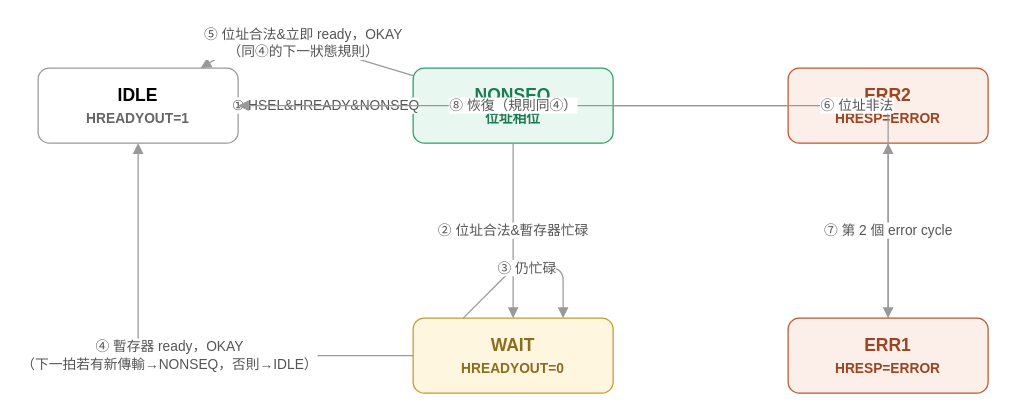
Before: Upload/ahb_slave_fsm.drawio in shj-F115112128/SOC_Practice, a draw.io diagram. Source tidied: cells renumbered, new cells numbered last; positions are measured from the earlier drawing's top-left corner, leaving out a move shared by most shapes. Both pictures are drawn from the tidied source at 125%, with x=0, y=0 at pixel (38, 30).
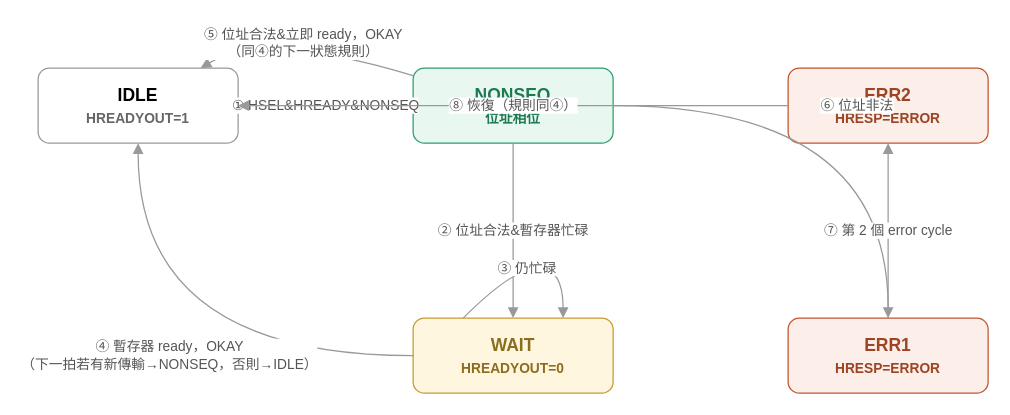
The same page after the edit.

The change refers to these unchanged cells:
```xml
<mxCell id="2" value="IDLE&#10;&lt;font style=&quot;font-size:11px&quot; color=&quot;#666666&quot;&gt;HREADYOUT=1&lt;/font&gt;" style="rounded=1;whiteSpace=wrap;html=1;fillColor=#FFFFFF;strokeColor=#999999;fontSize=14;fontStyle=1;" parent="1" vertex="1">
  <mxGeometry y="30" width="160" height="60" as="geometry" />
</mxCell>
<mxCell id="3" value="NONSEQ&#10;&lt;font style=&quot;font-size:11px&quot; color=&quot;#1F7A54&quot;&gt;位址相位&lt;/font&gt;" style="rounded=1;whiteSpace=wrap;html=1;fillColor=#E8F8F0;strokeColor=#2E9E6C;fontColor=#1F7A54;fontSize=14;fontStyle=1;" parent="1" vertex="1">
  <mxGeometry x="300" y="30" width="160" height="60" as="geometry" />
</mxCell>
<mxCell id="4" value="WAIT&#10;&lt;font style=&quot;font-size:11px&quot; color=&quot;#8A6D1E&quot;&gt;HREADYOUT=0&lt;/font&gt;" style="rounded=1;whiteSpace=wrap;html=1;fillColor=#FFF6E0;strokeColor=#C79A2E;fontColor=#8A6D1E;fontSize=14;fontStyle=1;" parent="1" vertex="1">
  <mxGeometry x="300" y="230" width="160" height="60" as="geometry" />
</mxCell>
<mxCell id="5" value="ERR1&#10;&lt;font style=&quot;font-size:11px&quot; color=&quot;#9C4423&quot;&gt;HRESP=ERROR&lt;/font&gt;" style="rounded=1;whiteSpace=wrap;html=1;fillColor=#FCEEE8;strokeColor=#C0552E;fontColor=#9C4423;fontSize=14;fontStyle=1;" parent="1" vertex="1">
  <mxGeometry x="600" y="230" width="160" height="60" as="geometry" />
</mxCell>
<mxCell id="6" value="ERR2&#10;&lt;font style=&quot;font-size:11px&quot; color=&quot;#9C4423&quot;&gt;HRESP=ERROR&lt;/font&gt;" style="rounded=1;whiteSpace=wrap;html=1;fillColor=#FCEEE8;strokeColor=#C0552E;fontColor=#9C4423;fontSize=14;fontStyle=1;" parent="1" vertex="1">
  <mxGeometry x="600" y="30" width="160" height="60" as="geometry" />
</mxCell>
```

What changed in the source:
```diff
@@
-    <mxCell id="7" value="① HSEL&amp;HREADY&amp;NONSEQ" style="endArrow=block;html=1;strokeColor=#999999;fontSize=11;fontColor=#555555;" parent="1" edge="1" source="2" target="3">
+    <mxCell id="7" value="① HSEL&amp;HREADY&amp;NONSEQ" style="curved=1;endArrow=block;html=1;strokeColor=#999999;fontSize=11;fontColor=#555555;" parent="1" edge="1" source="2" target="3">
       <mxGeometry relative="1" as="geometry" />
     </mxCell>
-    <mxCell id="8" value="② 位址合法&amp;暫存器忙碌" style="endArrow=block;html=1;strokeColor=#999999;fontSize=11;fontColor=#555555;" parent="1" edge="1" source="3" target="4">
+    <mxCell id="8" value="② 位址合法&amp;暫存器忙碌" style="curved=1;endArrow=block;html=1;strokeColor=#999999;fontSize=11;fontColor=#555555;" parent="1" edge="1" source="3" target="4">
       <mxGeometry relative="1" as="geometry" />
     </mxCell>
-    <mxCell id="9" value="③ 仍忙碌" style="endArrow=block;html=1;strokeColor=#999999;fontSize=11;fontColor=#555555;exitX=0.25;exitY=0;exitDx=0;exitDy=0;entryX=0.75;entryY=0;entryDx=0;entryDy=0;" parent="1" edge="1" source="4" target="4">
+    <mxCell id="9" value="③ 仍忙碌" style="curved=1;endArrow=block;html=1;strokeColor=#999999;fontSize=11;fontColor=#555555;exitX=0.25;exitY=0;exitDx=0;exitDy=0;entryX=0.75;entryY=0;entryDx=0;entryDy=0;" parent="1" edge="1" source="4" target="4">
       <mxGeometry relative="1" as="geometry">
         <Array as="points">
           <mxPoint x="380" y="190" />
           <mxPoint x="420" y="190" />
         </Array>
       </mxGeometry>
     </mxCell>
-    <mxCell id="10" value="④ 暫存器 ready，OKAY&#10;（下一拍若有新傳輸→NONSEQ，否則→IDLE）" style="endArrow=block;html=1;strokeColor=#999999;fontSize=11;fontColor=#555555;" parent="1" edge="1" source="4" target="2">
+    <mxCell id="10" value="④ 暫存器 ready，OKAY&#10;（下一拍若有新傳輸→NONSEQ，否則→IDLE）" style="curved=1;endArrow=block;html=1;strokeColor=#999999;fontSize=11;fontColor=#555555;" parent="1" edge="1" source="4" target="2">
       <mxGeometry relative="1" as="geometry">
         <Array as="points">
           <mxPoint x="80" y="260" />
         </Array>
       </mxGeometry>
     </mxCell>
-    <mxCell id="11" value="⑤ 位址合法&amp;立即 ready，OKAY&#10;（同④的下一狀態規則）" style="endArrow=block;html=1;strokeColor=#999999;fontSize=11;fontColor=#555555;" parent="1" edge="1" source="3" target="2">
+    <mxCell id="11" value="⑤ 位址合法&amp;立即 ready，OKAY&#10;（同④的下一狀態規則）" style="curved=1;endArrow=block;html=1;strokeColor=#999999;fontSize=11;fontColor=#555555;" parent="1" edge="1" source="3" target="2">
       <mxGeometry relative="1" as="geometry">
         <Array as="points">
           <mxPoint x="180" />
         </Array>
       </mxGeometry>
     </mxCell>
-    <mxCell id="12" value="⑥ 位址非法" style="endArrow=block;html=1;strokeColor=#999999;fontSize=11;fontColor=#555555;" parent="1" edge="1" source="3" target="5">
+    <mxCell id="12" value="⑥ 位址非法" style="curved=1;endArrow=block;html=1;strokeColor=#999999;fontSize=11;fontColor=#555555;" parent="1" edge="1" source="3" target="5">
       <mxGeometry relative="1" as="geometry">
         <Array as="points">
           <mxPoint x="680" y="60" />
         </Array>
       </mxGeometry>
     </mxCell>
-    <mxCell id="13" value="⑦ 第 2 個 error cycle" style="endArrow=block;html=1;strokeColor=#999999;fontSize=11;fontColor=#555555;" parent="1" edge="1" source="5" target="6">
+    <mxCell id="13" value="⑦ 第 2 個 error cycle" style="curved=1;endArrow=block;html=1;strokeColor=#999999;fontSize=11;fontColor=#555555;" parent="1" edge="1" source="5" target="6">
       <mxGeometry relative="1" as="geometry" />
     </mxCell>
-    <mxCell id="14" value="⑧ 恢復（規則同④）" style="endArrow=block;html=1;strokeColor=#999999;fontSize=11;fontColor=#555555;" parent="1" edge="1" source="6" target="2">
+    <mxCell id="14" value="⑧ 恢復（規則同④）" style="curved=1;endArrow=block;html=1;strokeColor=#999999;fontSize=11;fontColor=#555555;" parent="1" edge="1" source="6" target="2">
       <mxGeometry relative="1" as="geometry" />
     </mxCell>
```
